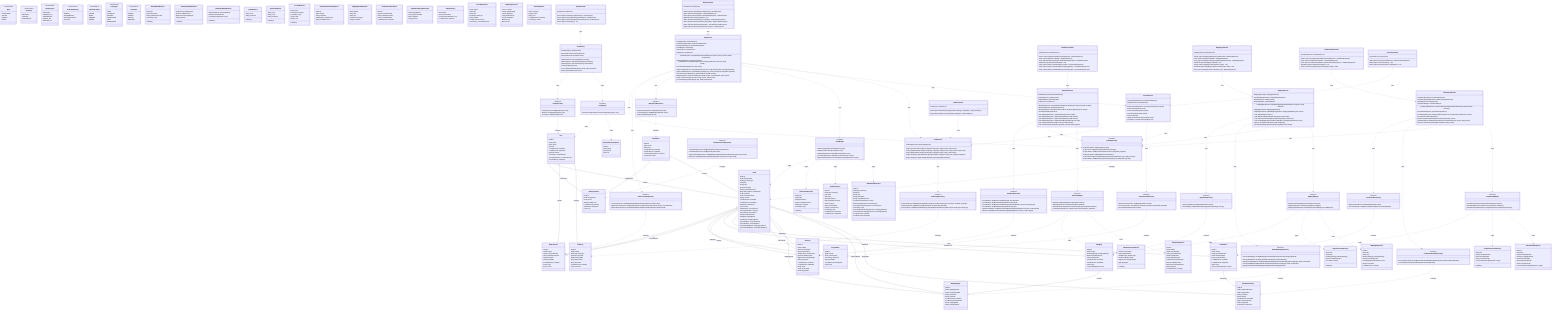
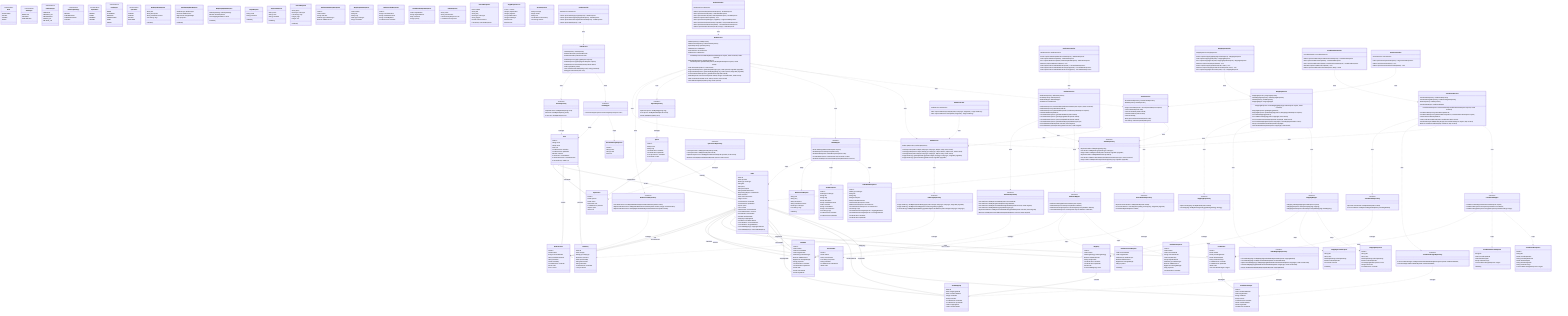
classDiagram
    %% ===================================
    %% JPA ENTITIES (Domain Layer)
    %% ===================================

    class User {
        -UUID id
        -String email
        -String name
        -Role role
        -LocalDateTime createdAt
        -LocalDateTime updatedAt
        -Boolean isActive
        +List~Node~ createdNodes
        +List~NodeVersion~ createdVersions
        +List~AuditLog~ auditLogs
    }

    class Node {
        -UUID id
-         -UUID workspaceId
+         -UUID spaceId
        -NodeType nodeType
        -String title
        -String slug
        -String description
        -String markdownContent
        -Map~String,Object~ nodeDetails
        -UUID creatorId
        -UUID currentVersionId
        -Integer version
        -LocalDateTime createdAt
        -LocalDateTime updatedAt
-         +Workspace workspace
+         +Space space
        +User creator
        +NodeVersion currentVersion
        +List~NodeVersion~ versions
        +SearchIndex searchIndex
        +Attribute attributeNode
        +Mapping mappingNode
        +Conditional conditionalNode
        +List~Attribute~ sourceAttributes
        +List~Attribute~ targetAttributes
        +List~NodeMapping~ mappingContainers
        +List~NodeMapping~ containedInMappings
    }

-     class Workspace {
+     class Space {
        -UUID id
        -String name
        -String slug
        -LocalDateTime createdAt
        -LocalDateTime updatedAt
-         +List~WorkspaceUser~ members
+         +List~SpaceUser~ members
        +List~Node~ nodes
    }

-     class WorkspaceUser {
-         -UUID id
-         -UUID workspaceId
+     class SpaceUser {
+         -UUID id
+         -UUID spaceId
        -UUID userId
-         -WorkspaceRole role
+         -SpaceRole role
        -LocalDateTime joinedAt
-         +Workspace workspace
+         +Space space
        +User user
    }

    class NodeVersion {
        -UUID id
        -UUID nodeId
        -Integer versionNumber
        -String markdownContent
        -String metadata
        -UUID createdBy
        -LocalDateTime createdAt
        +Node node
        +User creator
    }

    class Attribute {
        -UUID id
        -UUID nodeId
        -UUID sourceNodeId
        -UUID targetNodeId
        -AttributeType attributeType
        -Boolean isBidirectional
        -BigDecimal strengthWeight
        -String properties
        -LocalDateTime createdAt
        -LocalDateTime updatedAt
        +Node node
        +Node sourceNode
        +Node targetNode
    }

    class Mapping {
        -UUID id
        -UUID nodeId
        -OrderingStrategy orderingStrategy
        -Boolean allowDuplicates
        -String configuration
        -LocalDateTime createdAt
        -LocalDateTime updatedAt
        +Node node
        +List~NodeMapping~ items
    }

    class NodeMapping {
        -UUID id
        -UUID mappingNodeId
        -UUID containedNodeId
        -Integer sortOrder
        -String metadata
        -LocalDateTime createdAt
        -LocalDateTime updatedAt
        +Node mappingNode
        +Node containedNode
    }

    class Conditional {
        -UUID id
        -UUID nodeId
        -UUID precedingNodeId
        -UUID defaultTargetId
        -String evaluationLogic
        -LocalDateTime createdAt
        -LocalDateTime updatedAt
        +Node node
        +List~ConditionalTarget~ targets
    }

    class ConditionalTarget {
        -UUID id
        -UUID conditionalNodeId
        -UUID targetNodeId
        -String conditions
        -Integer priority
        -LocalDateTime createdAt
        +Node conditionalNode
        +Node targetNode
        +Conditional conditional
    }

    class AuditLog {
        -UUID id
        -UUID entityId
        -EntityType entityType
        -Operation operation
        -UUID performedBy
        -String beforeValue
        -String afterValue
        -LocalDateTime createdAt
        +User performer
    }

    class SearchIndex {
        -UUID id
        -UUID nodeId
        -String searchVector
        -List~String~ keywords
        -String metadata
        -LocalDateTime lastIndexed
        +Node node
    }

    %% ===================================
    %% ENUMS
    %% ===================================

    class Role {
        <<enumeration>>
        DEVELOPER
        EDITOR
        VIEWER
        ADMIN
    }

    class NodeType {
        <<enumeration>>
        REGULAR
        CONTEXT
        ASSUMPTION
    }

    class AttributeType {
        <<enumeration>>
        CONTAINS
        DEPENDS_ON
        REFERENCES
        PARENT_OF
        RELATES_TO
    }

    class OrderingStrategy {
        <<enumeration>>
        MANUAL
        ALPHABETICAL
        CHRONOLOGICAL
        CUSTOM
    }

-     class WorkspaceRole {
+     class SpaceRole {
        <<enumeration>>
        OWNER
        ADMIN
        MEMBER
        VIEWER
    }

    class EntityType {
        <<enumeration>>
        NODE
        ATTRIBUTE
        MAPPING
        CONDITIONAL
        USER
-         WORKSPACE
+         SPACE
    }

    class Operation {
        <<enumeration>>
        CREATE
        UPDATE
        DELETE
        RESTORE
    }

    %% ===================================
    %% REQUEST DTOs
    %% ===================================

    class NodeCreateRequest {
        -String title
        -String slug
        -String description
        -String markdownContent
        -NodeType nodeType
        -List~String~ tags
        +validate()
    }

    class NodeUpdateRequest {
        -String title
        -String description
        -String markdownContent
        -List~String~ tags
        +validate()
    }

    class AttributeCreateRequest {
        -UUID sourceNodeId
        -UUID targetNodeId
        -AttributeType attributeType
        -Boolean isBidirectional
        -BigDecimal strengthWeight
        -Map properties
        +validate()
    }

    class AttributeUpdateRequest {
        -AttributeType attributeType
        -Boolean isBidirectional
        -BigDecimal strengthWeight
        -Map properties
        +validate()
    }

    class MappingCreateRequest {
        -String title
        -String slug
        -OrderingStrategy orderingStrategy
        -Boolean allowDuplicates
        -List~UUID~ itemIds
        +validate()
    }

    class MappingUpdateRequest {
        -OrderingStrategy orderingStrategy
        -Boolean allowDuplicates
        -List~MappingItemOrder~ items
        +validate()
    }

    class ConditionalCreateRequest {
        -String title
        -UUID precedingNodeId
        -UUID defaultTargetId
        -String evaluationLogic
        -List~ConditionalTargetRequest~ targets
        +validate()
    }

    class LoginRequest {
        -String email
        -String password
        +validate()
    }

    class RegisterRequest {
        -String email
        -String name
        -String password
        +validate()
    }

    class SearchRequest {
        -String query
        -NodeType nodeType
        -List~String~ tags
        -Integer page
        -Integer size
        +validate()
    }

    %% ===================================
    %% RESPONSE DTOs
    %% ===================================

    class NodeResponse {
        -UUID id
        -NodeType nodeType
        -String title
        -String slug
        -String description
        -String markdownContent
        -UUID creatorId
        -String creatorName
        -Integer currentVersion
        -List~String~ tags
        -LocalDateTime createdAt
        -LocalDateTime updatedAt
    }

    class NodeDetailResponse {
        -UUID id
        -NodeType nodeType
        -String title
        -String slug
        -String description
        -String markdownContent
        -UserSummaryResponse creator
        -NodeVersionResponse currentVersion
        -List~NodeVersionResponse~ recentVersions
        -List~String~ tags
        -List~AttributeSummaryResponse~ outgoingAttributes
        -List~AttributeSummaryResponse~ incomingAttributes
        -LocalDateTime createdAt
        -LocalDateTime updatedAt
    }

    class AttributeResponse {
        -UUID id
        -UUID nodeId
        -UUID sourceNodeId
        -String sourceNodeTitle
        -UUID targetNodeId
        -String targetNodeTitle
        -AttributeType attributeType
        -Boolean isBidirectional
        -BigDecimal strengthWeight
        -Map properties
        -LocalDateTime createdAt
    }

    class AttributeSummaryResponse {
        -UUID id
        -UUID nodeId
        -String nodeTitle
        -AttributeType attributeType
        -Boolean isBidirectional
    }

    class MappingResponse {
        -UUID id
        -String title
        -String slug
        -OrderingStrategy orderingStrategy
        -Boolean allowDuplicates
        -List~MappingItemResponse~ items
        -Integer itemCount
        -LocalDateTime createdAt
    }

    class MappingItemResponse {
        -UUID nodeId
        -String title
        -String slug
        -NodeType nodeType
        -Integer sortOrder
    }

    class NodeVersionResponse {
        -UUID id
        -Integer versionNumber
        -String markdownContent
        -String createdByName
        -LocalDateTime createdAt
    }

    class ConditionalResponse {
        -UUID id
        -String title
        -UUID precedingNodeId
        -String precedingNodeTitle
        -UUID defaultTargetId
        -String defaultTargetTitle
        -String evaluationLogic
        -List~ConditionalTargetResponse~ targets
    }

    class ConditionalTargetResponse {
        -UUID targetNodeId
        -String targetNodeTitle
        -Map conditions
        -Integer priority
    }

    class UserSummaryResponse {
        -UUID id
        -String name
        -String email
        -Role role
    }

    class AuthResponse {
        -String token
        -String refreshToken
        -UserSummaryResponse user
        -LocalDateTime expiresAt
    }

    class SearchResponse {
        -UUID nodeId
        -String title
        -String slug
        -NodeType nodeType
        -String snippet
        -Double relevanceScore
        -List~String~ matchedKeywords
    }

    class PageResponse~T~ {
        -List~T~ content
        -Integer pageNumber
        -Integer pageSize
        -Long totalElements
        -Integer totalPages
        -Boolean first
        -Boolean last
    }

    class ErrorResponse {
        -String message
        -Integer status
        -String error
        -LocalDateTime timestamp
        -List~String~ details
    }


    %% ===================================
    %% REPOSITORIES
    %% ===================================

    class UserRepository {
        <<interface>>
        +Optional~User~ findByEmail(String email)
        +Boolean existsByEmail(String email)
        +List~User~ findByRole(Role role)
    }

    class NodeRepository {
        <<interface>>
        +Optional~Node~ findBySlug(String slug)
        +List~Node~ findByNodeType(NodeType nodeType)
        +Page~Node~ findByCreatorId(UUID creatorId, Pageable pageable)
        +Optional~Node~ findByIdWithVersions(UUID id)
        +List~Node~ findRecentNodesByTypeAndCreator(NodeType type, UUID creatorId)
        +Page~Node~ findByDetailsTagsContaining(String tag, Pageable pageable)
    }

-     class WorkspaceRepository {
-         <<interface>>
-         +Optional~Workspace~ findBySlug(String slug)
-         +List~Workspace~ findByMemberId(UUID userId)
+     class SpaceRepository {
+         <<interface>>
+         +Optional~Space~ findBySlug(String slug)
+         +List~Space~ findByMemberId(UUID userId)
        +UUID getIdBySlug(String slug)
    }

-     class WorkspaceUserRepository {
-         <<interface>>
-         +List~WorkspaceUser~ findByWorkspaceId(UUID workspaceId)
-         +List~WorkspaceUser~ findByUserId(UUID userId)
-         +Optional~WorkspaceUser~ findByWorkspaceIdAndUserId(UUID workspaceId, UUID userId)
-         +Boolean existsByWorkspaceIdAndUserId(UUID workspaceId, UUID userId)
+     class SpaceUserRepository {
+         <<interface>>
+         +List~SpaceUser~ findBySpaceId(UUID spaceId)
+         +List~SpaceUser~ findByUserId(UUID userId)
+         +Optional~SpaceUser~ findBySpaceIdAndUserId(UUID spaceId, UUID userId)
+         +Boolean existsBySpaceIdAndUserId(UUID spaceId, UUID userId)
    }

    class NodeVersionRepository {
        <<interface>>
        +List~NodeVersion~ findByNodeIdOrderByVersionNumberDesc(UUID nodeId)
        +Optional~NodeVersion~ findByNodeIdAndVersionNumber(UUID nodeId, Integer versionNumber)
        +Optional~NodeVersion~ findTopByNodeIdOrderByVersionNumberDesc(UUID nodeId)
    }

    class AttributeRepository {
        <<interface>>
        +List~Attribute~ findBySourceNodeId(UUID sourceNodeId)
        +List~Attribute~ findByTargetNodeId(UUID targetNodeId)
        +List~Attribute~ findBySourceNodeIdOrTargetNodeId(UUID sourceId, UUID targetId)
        +List~Attribute~ findByAttributeType(AttributeType type)
        +Optional~Attribute~ findBySourceNodeIdAndTargetNodeId(UUID sourceId, UUID targetId)
        +Boolean existsBySourceNodeIdAndTargetNodeId(UUID sourceId, UUID targetId)
    }

    class MappingRepository {
        <<interface>>
        +Optional~Mapping~ findByNodeId(UUID nodeId)
        +List~Mapping~ findByOrderingStrategy(OrderingStrategy strategy)
    }

    class NodeMappingRepository {
        <<interface>>
        +List~NodeMapping~ findByMappingNodeIdOrderBySortOrder(UUID mappingNodeId)
        +List~NodeMapping~ findByContainedNodeId(UUID containedNodeId)
        +Optional~NodeMapping~ findByMappingNodeIdAndContainedNodeId(UUID mappingId, UUID containedId)
        +void deleteByMappingNodeIdAndContainedNodeId(UUID mappingId, UUID containedId)
        +Integer findMaxSortOrderByMappingNodeId(UUID mappingNodeId)
    }

    class ConditionalRepository {
        <<interface>>
        +Optional~Conditional~ findByNodeId(UUID nodeId)
        +List~Conditional~ findByPrecedingNodeId(UUID precedingNodeId)
    }

    class ConditionalTargetRepository {
        <<interface>>
        +List~ConditionalTarget~ findByConditionalNodeIdOrderByPriorityDesc(UUID conditionalNodeId)
        +void deleteByConditionalNodeId(UUID conditionalNodeId)
    }

    class AuditLogRepository {
        <<interface>>
        +Page~AuditLog~ findByEntityIdAndEntityType(UUID entityId, EntityType entityType, Pageable pageable)
        +Page~AuditLog~ findByPerformedBy(UUID userId, Pageable pageable)
        +List~AuditLog~ findByEntityIdAndEntityTypeOrderByCreatedAtDesc(UUID entityId, EntityType entityType)
    }

    class SearchIndexRepository {
        <<interface>>
        +Optional~SearchIndex~ findByNodeId(UUID nodeId)
        +List~SearchIndex~ searchByVector(String searchQuery, Pageable pageable)
        +void deleteByNodeId(UUID nodeId)
    }

    %% ===================================
    %% SERVICES
    %% ===================================

    class AuthService {
        -UserRepository userRepository
        -PasswordEncoder passwordEncoder
        -JwtTokenProvider jwtTokenProvider
        +AuthResponse login(LoginRequest request)
        +AuthResponse register(RegisterRequest request)
        +AuthResponse refreshToken(String refreshToken)
        +void logout(String token)
        -User validateCredentials(String email, String password)
        -String generateToken(User user)
    }

    class NodeService {
        -NodeRepository nodeRepository
        -NodeVersionRepository nodeVersionRepository
-         -WorkspaceRepository workspaceRepository
+         -SpaceRepository spaceRepository
        -NodeMapper nodeMapper
        -SearchService searchService
        -AuditService auditService
-         +NodeResponse createNode(NodeCreateRequest request, UUID creatorId, UUID workspaceId)
+         +NodeResponse createNode(NodeCreateRequest request, UUID creatorId, UUID spaceId)
        +NodeDetailResponse getNode(UUID id)
        +NodeResponse updateNode(UUID id, NodeUpdateRequest request, UUID userId)
        +void deleteNode(UUID id, UUID userId)
-         +Page~NodeResponse~ getNodes(NodeType type, UUID workspaceId, Pageable pageable)
-         +Page~NodeResponse~ getNodesByTag(String tag, UUID workspaceId, Pageable pageable)
+         +Page~NodeResponse~ getNodes(NodeType type, UUID spaceId, Pageable pageable)
+         +Page~NodeResponse~ getNodesByTag(String tag, UUID spaceId, Pageable pageable)
        +List~NodeVersionResponse~ getNodeVersions(UUID nodeId)
        +NodeResponse restoreVersion(UUID nodeId, Integer versionNumber, UUID userId)
        -Node createVersion(Node node, String content, UUID userId)
-         -void validateSlugUnique(String slug, UUID workspaceId)
+         -void validateSlugUnique(String slug, UUID spaceId)
    }

    class AttributeService {
        -AttributeRepository attributeRepository
        -NodeRepository nodeRepository
        -AttributeMapper attributeMapper
        -AuditService auditService
        +AttributeResponse createAttribute(AttributeCreateRequest request, UUID creatorId)
        +AttributeResponse getAttribute(UUID id)
        +AttributeResponse updateAttribute(UUID id, AttributeUpdateRequest request)
        +void deleteAttribute(UUID id)
        +List~AttributeResponse~ getNodeAttributes(UUID nodeId)
        +List~AttributeResponse~ getOutgoingAttributes(UUID nodeId)
        +List~AttributeResponse~ getIncomingAttributes(UUID nodeId)
        +List~AttributeResponse~ getAttributesByType(AttributeType type)
        -void validateNodesExist(UUID sourceId, UUID targetId)
        -void validateNoCyclicDependency(UUID sourceId, UUID targetId)
    }

    class MappingService {
        -MappingRepository mappingRepository
        -NodeMappingRepository nodeMappingRepository
        -NodeRepository nodeRepository
        -MappingMapper mappingMapper
        +MappingResponse createMapping(MappingCreateRequest request, UUID creatorId)
        +MappingResponse getMapping(UUID id)
        +MappingResponse updateMapping(UUID id, MappingUpdateRequest request)
        +void deleteMapping(UUID id)
        +void addItemToMapping(UUID mappingId, UUID itemId)
        +void removeItemFromMapping(UUID mappingId, UUID itemId)
        +void reorderMappingItems(UUID mappingId, List~MappingItemOrder~ items)
        -Integer calculateNextSortOrder(UUID mappingId)
        -void validateAllowDuplicates(UUID mappingId, UUID itemId)
    }

    class ConditionalService {
        -ConditionalRepository conditionalRepository
        -ConditionalTargetRepository conditionalTargetRepository
        -NodeRepository nodeRepository
        -ConditionalMapper conditionalMapper
        +ConditionalResponse createConditional(ConditionalCreateRequest request, UUID creatorId)
        +ConditionalResponse getConditional(UUID id)
        +ConditionalResponse updateConditional(UUID id, ConditionalCreateRequest request)
        +void deleteConditional(UUID id)
        +UUID evaluateConditional(UUID conditionalId, Map context)
        -ConditionalTarget findMatchingTarget(List~ConditionalTarget~ targets, Map context)
        -Boolean evaluateConditions(Map conditions, Map context)
    }

    class SearchService {
        -SearchIndexRepository searchIndexRepository
        -NodeRepository nodeRepository
        +Page~SearchResponse~ search(SearchRequest request)
        +void indexNode(Node node)
        +void reindexNode(UUID nodeId)
        +void deleteIndex(UUID nodeId)
        +void reindexAll()
        -String generateSearchVector(Node node)
        -List~String~ extractKeywords(String text)
    }

    class AuditService {
        -AuditLogRepository auditLogRepository
        +void logCreate(UUID entityId, EntityType entityType, Object entity, UUID userId)
        +void logUpdate(UUID entityId, EntityType entityType, Object before, Object after, UUID userId)
        +void logDelete(UUID entityId, EntityType entityType, Object entity, UUID userId)
        +Page~AuditLog~ getEntityAuditLog(UUID entityId, EntityType entityType, Pageable pageable)
        +Page~AuditLog~ getUserAuditLog(UUID userId, Pageable pageable)
    }

    %% ===================================
    %% MAPPERS
    %% ===================================

    class NodeMapper {
        <<interface>>
        +Node toEntity(NodeCreateRequest request)
        +NodeResponse toResponse(Node node)
        +NodeDetailResponse toDetailResponse(Node node)
        +List~NodeResponse~ toResponseList(List~Node~ nodes)
        +NodeVersionResponse toVersionResponse(NodeVersion version)
    }

    class AttributeMapper {
        <<interface>>
        +Attribute toEntity(AttributeCreateRequest request)
        +AttributeResponse toResponse(Attribute attribute)
        +AttributeSummaryResponse toSummaryResponse(Attribute attribute)
        +List~AttributeResponse~ toResponseList(List~Attribute~ attributes)
    }

    class MappingMapper {
        <<interface>>
        +Mapping toEntity(MappingCreateRequest request)
        +MappingResponse toResponse(Mapping mapping)
        +MappingItemResponse toItemResponse(NodeMapping nodeMapping)
    }

    class ConditionalMapper {
        <<interface>>
        +Conditional toEntity(ConditionalCreateRequest request)
        +ConditionalResponse toResponse(Conditional conditional)
        +ConditionalTargetResponse toTargetResponse(ConditionalTarget target)
    }

    class UserMapper {
        <<interface>>
        +UserSummaryResponse toSummaryResponse(User user)
    }

    %% ===================================
    %% CONTROLLERS
    %% ===================================

    class AuthController {
        -AuthService authService
        +POST /api/v1/auth/login(LoginRequest) AuthResponse
        +POST /api/v1/auth/register(RegisterRequest) AuthResponse
        +POST /api/v1/auth/refresh(RefreshTokenRequest) AuthResponse
        +POST /api/v1/auth/logout() void
    }

    class NodeController {
        -NodeService nodeService
        +POST /api/v1/nodes(NodeCreateRequest) NodeResponse
        +GET /api/v1/nodes/:id(UUID) NodeDetailResponse
        +PUT /api/v1/nodes/:id(UUID, NodeUpdateRequest) NodeResponse
        +DELETE /api/v1/nodes/:id(UUID) void
        +GET /api/v1/nodes(NodeType, Pageable) Page~NodeResponse~
        +GET /api/v1/nodes/search(String, Pageable) Page~NodeResponse~
        +GET /api/v1/nodes/:id/versions(UUID) List~NodeVersionResponse~
        +POST /api/v1/nodes/:id/restore(UUID, Integer) NodeResponse
    }

    class AttributeController {
        -AttributeService attributeService
        +POST /api/v1/attributes(AttributeCreateRequest) AttributeResponse
        +GET /api/v1/attributes/:id(UUID) AttributeResponse
        +PUT /api/v1/attributes/:id(UUID, AttributeUpdateRequest) AttributeResponse
        +DELETE /api/v1/attributes/:id(UUID) void
        +GET /api/v1/nodes/:nodeId/attributes(UUID) List~AttributeResponse~
        +GET /api/v1/nodes/:nodeId/attributes/outgoing(UUID) List~AttributeResponse~
        +GET /api/v1/nodes/:nodeId/attributes/incoming(UUID) List~AttributeResponse~
    }

    class MappingController {
        -MappingService mappingService
        +POST /api/v1/mappings(MappingCreateRequest) MappingResponse
        +GET /api/v1/mappings/:id(UUID) MappingResponse
        +PUT /api/v1/mappings/:id(UUID, MappingUpdateRequest) MappingResponse
        +DELETE /api/v1/mappings/:id(UUID) void
        +POST /api/v1/mappings/:id/items(UUID, UUID) void
        +DELETE /api/v1/mappings/:id/items/:itemId(UUID, UUID) void
        +PUT /api/v1/mappings/:id/reorder(UUID, List) MappingResponse
    }

    class ConditionalController {
        -ConditionalService conditionalService
        +POST /api/v1/conditionals(ConditionalCreateRequest) ConditionalResponse
        +GET /api/v1/conditionals/:id(UUID) ConditionalResponse
        +PUT /api/v1/conditionals/:id(UUID, ConditionalCreateRequest) ConditionalResponse
        +DELETE /api/v1/conditionals/:id(UUID) void
        +POST /api/v1/conditionals/:id/evaluate(UUID, Map) UUID
    }

    class SearchController {
        -SearchService searchService
        +GET /api/v1/search(SearchRequest) Page~SearchResponse~
        +POST /api/v1/search/reindex() void
        +POST /api/v1/search/reindex/:nodeId(UUID) void
    }

    class AuditController {
        -AuditService auditService
        +GET /api/v1/audit/entity/:entityId(UUID, EntityType, Pageable) Page~AuditLog~
        +GET /api/v1/audit/user/:userId(UUID, Pageable) Page~AuditLog~
    }

    %% ===================================
    %% RELATIONSHIPS - ENTITIES
    %% ===================================

-     Workspace "1" -- "*" WorkspaceUser : hasMembers
-     User "1" -- "*" WorkspaceUser : memberOf
-     Workspace "1" -- "*" Node : contains
+     Space "1" -- "*" SpaceUser : hasMembers
+     User "1" -- "*" SpaceUser : memberOf
+     Space "1" -- "*" Node : contains

    User "1" -- "*" Node : creates
    User "1" -- "*" NodeVersion : creates
    User "1" -- "*" AuditLog : performs

    Node "1" -- "*" NodeVersion : has
    Node "1" -- "0..1" NodeVersion : currentVersion
    Node "1" -- "0..1" SearchIndex : indexed
    Node "1" -- "0..1" Attribute : isAttribute
    Node "1" -- "0..1" Mapping : isMapping
    Node "1" -- "0..1" Conditional : isConditional

    Attribute "*" -- "1" Node : sourceNode
    Attribute "*" -- "1" Node : targetNode

    Mapping "1" -- "*" NodeMapping : contains
    NodeMapping "*" -- "1" Node : mappingNode
    NodeMapping "*" -- "1" Node : containedNode

    Conditional "1" -- "*" ConditionalTarget : hasTargets
    ConditionalTarget "*" -- "1" Node : targetNode

    %% ===================================
    %% RELATIONSHIPS - REPOSITORIES
    %% ===================================

-     WorkspaceRepository ..> Workspace : manages
-     WorkspaceUserRepository ..> WorkspaceUser : manages
+     SpaceRepository ..> Space : manages
+     SpaceUserRepository ..> SpaceUser : manages
    UserRepository ..> User : manages
    NodeRepository ..> Node : manages
    NodeVersionRepository ..> NodeVersion : manages
    AttributeRepository ..> Attribute : manages
    MappingRepository ..> Mapping : manages
    NodeMappingRepository ..> NodeMapping : manages
    ConditionalRepository ..> Conditional : manages
    ConditionalTargetRepository ..> ConditionalTarget : manages
    AuditLogRepository ..> AuditLog : manages
    SearchIndexRepository ..> SearchIndex : manages

    %% ===================================
    %% RELATIONSHIPS - SERVICES
    %% ===================================

    AuthService ..> UserRepository : uses
    AuthService ..> UserMapper : uses

    NodeService ..> NodeRepository : uses
    NodeService ..> NodeVersionRepository : uses
-     NodeService ..> WorkspaceRepository : uses
+     NodeService ..> SpaceRepository : uses
    NodeService ..> NodeMapper : uses
    NodeService ..> SearchService : uses
    NodeService ..> AuditService : uses

    AttributeService ..> AttributeRepository : uses
    AttributeService ..> NodeRepository : uses
    AttributeService ..> AttributeMapper : uses
    AttributeService ..> AuditService : uses

    MappingService ..> MappingRepository : uses
    MappingService ..> NodeMappingRepository : uses
    MappingService ..> NodeRepository : uses
    MappingService ..> MappingMapper : uses

    ConditionalService ..> ConditionalRepository : uses
    ConditionalService ..> ConditionalTargetRepository : uses
    ConditionalService ..> NodeRepository : uses
    ConditionalService ..> ConditionalMapper : uses

    SearchService ..> SearchIndexRepository : uses
    SearchService ..> NodeRepository : uses

    AuditService ..> AuditLogRepository : uses

    %% ===================================
    %% RELATIONSHIPS - CONTROLLERS
    %% ===================================

    AuthController ..> AuthService : uses
    NodeController ..> NodeService : uses
    AttributeController ..> AttributeService : uses
    MappingController ..> MappingService : uses
    ConditionalController ..> ConditionalService : uses
    SearchController ..> SearchService : uses
    AuditController ..> AuditService : uses

    %% ===================================
    %% RELATIONSHIPS - MAPPERS & DTOs
    %% ===================================

    NodeMapper ..> Node : maps
    NodeMapper ..> NodeCreateRequest : maps
    NodeMapper ..> NodeResponse : maps
    NodeMapper ..> NodeDetailResponse : maps

    AttributeMapper ..> Attribute : maps
    AttributeMapper ..> AttributeCreateRequest : maps
    AttributeMapper ..> AttributeResponse : maps

    MappingMapper ..> Mapping : maps
    MappingMapper ..> MappingCreateRequest : maps
    MappingMapper ..> MappingResponse : maps

    ConditionalMapper ..> Conditional : maps
    ConditionalMapper ..> ConditionalCreateRequest : maps
    ConditionalMapper ..> ConditionalResponse : maps

    UserMapper ..> User : maps
    UserMapper ..> UserSummaryResponse : maps